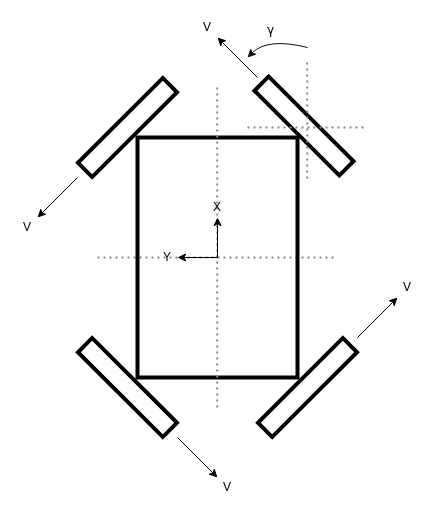
pvandervelde/mindvortex keeps this draw.io diagram as src/assets/images/robotics/swerve-dof.drawio. Above is the earlier version. Source tidied: cells renumbered, new cells numbered last; positions are measured from the earlier drawing's top-left corner, leaving out a move shared by most shapes. Both pictures are drawn from the tidied source at 100%, with x=0, y=0 at pixel (17, 17).
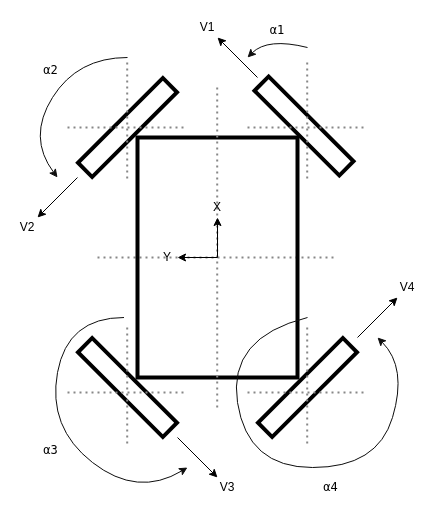
The same diagram, later.

Unchanged cells that the change refers to:
```xml
<mxCell id="10" style="group;" parent="1" vertex="1">
  <mxGeometry x="180" width="170" height="165" as="geometry" />
</mxCell>
```

The edit, as a diff of the source:
```diff
@@
-    <mxCell id="16" value="V" style="text;html=1;strokeColor=none;fillColor=none;align=center;verticalAlign=middle;whiteSpace=wrap;rounded=0;" parent="10" vertex="1">
+    <mxCell id="16" value="V1" style="text;html=1;strokeColor=none;fillColor=none;align=center;verticalAlign=middle;whiteSpace=wrap;rounded=0;" parent="10" vertex="1">
       <mxGeometry width="20" height="20" as="geometry" />
     </mxCell>
-    <mxCell id="17" value="γ" style="text;html=1;strokeColor=none;fillColor=none;align=center;verticalAlign=middle;whiteSpace=wrap;rounded=0;fontFamily=Lucida Console;" parent="10" vertex="1">
-      <mxGeometry x="60" width="26.5" height="25" as="geometry" />
+    <mxCell id="17" value="α1" style="text;html=1;strokeColor=none;fillColor=none;align=center;verticalAlign=middle;whiteSpace=wrap;rounded=0;fontFamily=Lucida Console;" parent="10" vertex="1">
+      <mxGeometry x="60" width="40" height="25" as="geometry" />
     </mxCell>
@@
-    <mxCell id="22" value="V" style="text;html=1;strokeColor=none;fillColor=none;align=center;verticalAlign=middle;whiteSpace=wrap;rounded=0;" parent="1" vertex="1">
+    <mxCell id="22" value="V4" style="text;html=1;strokeColor=none;fillColor=none;align=center;verticalAlign=middle;whiteSpace=wrap;rounded=0;" parent="1" vertex="1">
       <mxGeometry x="380" y="260" width="20" height="20" as="geometry" />
     </mxCell>
@@
-    <mxCell id="24" value="V" style="text;html=1;strokeColor=none;fillColor=none;align=center;verticalAlign=middle;whiteSpace=wrap;rounded=0;" parent="1" vertex="1">
+    <mxCell id="24" value="V3" style="text;html=1;strokeColor=none;fillColor=none;align=center;verticalAlign=middle;whiteSpace=wrap;rounded=0;" parent="1" vertex="1">
       <mxGeometry x="200" y="460" width="20" height="20" as="geometry" />
     </mxCell>
@@
-    <mxCell id="26" value="V" style="text;html=1;strokeColor=none;fillColor=none;align=center;verticalAlign=middle;whiteSpace=wrap;rounded=0;" parent="1" vertex="1">
+    <mxCell id="26" value="V2" style="text;html=1;strokeColor=none;fillColor=none;align=center;verticalAlign=middle;whiteSpace=wrap;rounded=0;" parent="1" vertex="1">
       <mxGeometry y="200" width="20" height="20" as="geometry" />
     </mxCell>
+    <mxCell id="27" style="endArrow=none;dashed=1;html=1;strokeWidth=2;rounded=0;dashPattern=1 2;strokeColor=#878787;" parent="1" edge="1">
+      <mxGeometry relative="1" as="geometry">
+        <mxPoint x="109.7" y="310" as="sourcePoint" />
+        <mxPoint x="109.7" y="430" as="targetPoint" />
+      </mxGeometry>
+    </mxCell>
+    <mxCell id="28" style="endArrow=none;dashed=1;html=1;strokeWidth=2;rounded=0;dashPattern=1 2;strokeColor=#878787;" parent="1" edge="1">
+      <mxGeometry relative="1" as="geometry">
+        <mxPoint x="50" y="375" as="sourcePoint" />
+        <mxPoint x="170" y="375" as="targetPoint" />
+      </mxGeometry>
+    </mxCell>
+    <mxCell id="29" style="endArrow=none;dashed=1;html=1;strokeWidth=2;rounded=0;dashPattern=1 2;strokeColor=#878787;" parent="1" edge="1">
+      <mxGeometry relative="1" as="geometry">
+        <mxPoint x="109.7" y="45" as="sourcePoint" />
+        <mxPoint x="109.7" y="165" as="targetPoint" />
+      </mxGeometry>
+    </mxCell>
+    <mxCell id="30" style="endArrow=none;dashed=1;html=1;strokeWidth=2;rounded=0;dashPattern=1 2;strokeColor=#878787;" parent="1" edge="1">
+      <mxGeometry relative="1" as="geometry">
+        <mxPoint x="50" y="110" as="sourcePoint" />
+        <mxPoint x="170" y="110" as="targetPoint" />
+      </mxGeometry>
+    </mxCell>
+    <mxCell id="31" style="endArrow=none;dashed=1;html=1;strokeWidth=2;rounded=0;dashPattern=1 2;strokeColor=#878787;" parent="1" edge="1">
+      <mxGeometry relative="1" as="geometry">
+        <mxPoint x="289.7" y="310" as="sourcePoint" />
+        <mxPoint x="289.7" y="430" as="targetPoint" />
+      </mxGeometry>
+    </mxCell>
+    <mxCell id="32" style="endArrow=none;dashed=1;html=1;strokeWidth=2;rounded=0;dashPattern=1 2;strokeColor=#878787;" parent="1" edge="1">
+      <mxGeometry relative="1" as="geometry">
+        <mxPoint x="230" y="375" as="sourcePoint" />
+        <mxPoint x="350" y="375" as="targetPoint" />
+        <Array as="points">
+          <mxPoint x="290" y="375" />
+        </Array>
+      </mxGeometry>
+    </mxCell>
+    <mxCell id="33" style="curved=1;endArrow=classic;html=1;rounded=0;strokeColor=#0D0D0D;strokeWidth=1;" parent="1" edge="1">
+      <mxGeometry relative="1" as="geometry">
+        <mxPoint x="110" y="40" as="sourcePoint" />
+        <mxPoint x="40" y="160" as="targetPoint" />
+        <Array as="points">
+          <mxPoint x="60" y="40" />
+          <mxPoint x="10" y="120" />
+        </Array>
+      </mxGeometry>
+    </mxCell>
+    <mxCell id="34" value="α2" style="text;html=1;strokeColor=none;fillColor=none;align=center;verticalAlign=middle;whiteSpace=wrap;rounded=0;fontFamily=Lucida Console;" parent="1" vertex="1">
+      <mxGeometry x="20" y="40" width="26.5" height="25" as="geometry" />
+    </mxCell>
+    <mxCell id="35" style="curved=1;endArrow=classic;html=1;rounded=0;strokeColor=#0D0D0D;strokeWidth=1;" parent="1" edge="1">
+      <mxGeometry relative="1" as="geometry">
+        <mxPoint x="106.5" y="300" as="sourcePoint" />
+        <mxPoint x="170" y="450" as="targetPoint" />
+        <Array as="points">
+          <mxPoint x="50" y="300" />
+          <mxPoint x="30" y="410" />
+          <mxPoint x="120" y="480" />
+        </Array>
+      </mxGeometry>
+    </mxCell>
+    <mxCell id="36" value="α3" style="text;html=1;strokeColor=none;fillColor=none;align=center;verticalAlign=middle;whiteSpace=wrap;rounded=0;fontFamily=Lucida Console;" parent="1" vertex="1">
+      <mxGeometry x="20" y="420" width="26.5" height="25" as="geometry" />
+    </mxCell>
+    <mxCell id="37" style="curved=1;endArrow=classic;html=1;rounded=0;strokeColor=#0D0D0D;strokeWidth=1;" parent="1" edge="1">
+      <mxGeometry relative="1" as="geometry">
+        <mxPoint x="290" y="300" as="sourcePoint" />
+        <mxPoint x="360" y="320" as="targetPoint" />
+        <Array as="points">
+          <mxPoint x="210" y="320" />
+          <mxPoint x="230" y="450" />
+          <mxPoint x="360" y="450" />
+          <mxPoint x="390" y="350" />
+        </Array>
+      </mxGeometry>
+    </mxCell>
+    <mxCell id="38" value="α4" style="text;html=1;strokeColor=none;fillColor=none;align=center;verticalAlign=middle;whiteSpace=wrap;rounded=0;fontFamily=Lucida Console;" parent="1" vertex="1">
+      <mxGeometry x="300" y="457.5" width="26.5" height="25" as="geometry" />
+    </mxCell>
```
